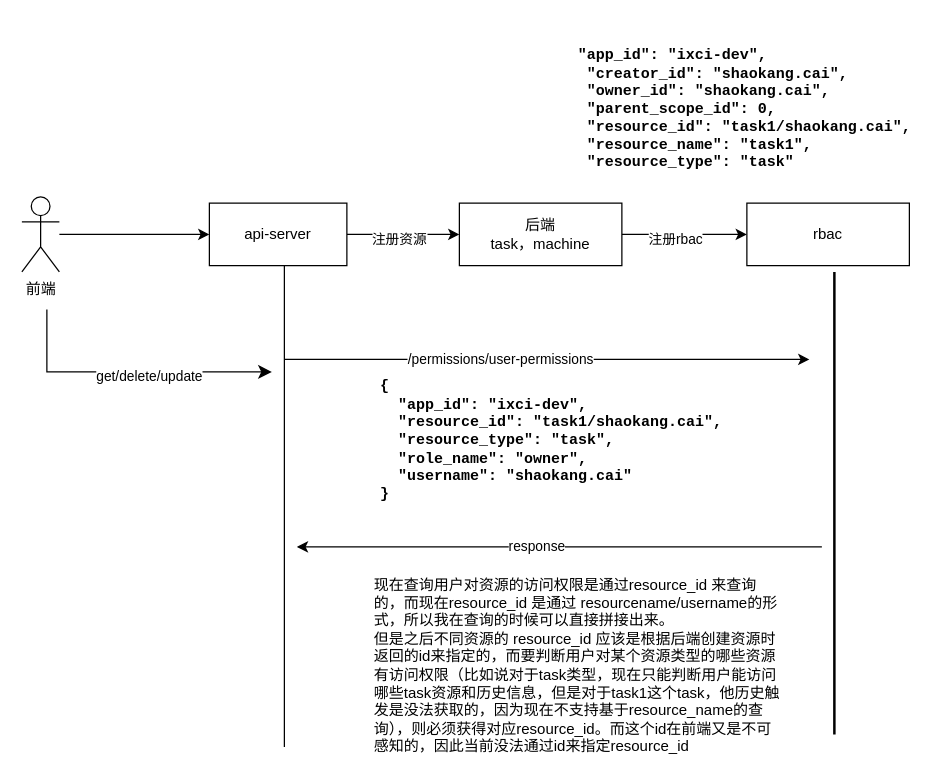
Above: 未命名绘图.drawio in AltarIbnL/AltarIbnL (draw.io), before the change. Source tidied: cells renumbered, new cells numbered last; positions are measured from the earlier drawing's top-left corner, leaving out a move shared by most shapes. Both pictures are drawn from the tidied source at 125%, with x=0, y=0 at pixel (21, 21).
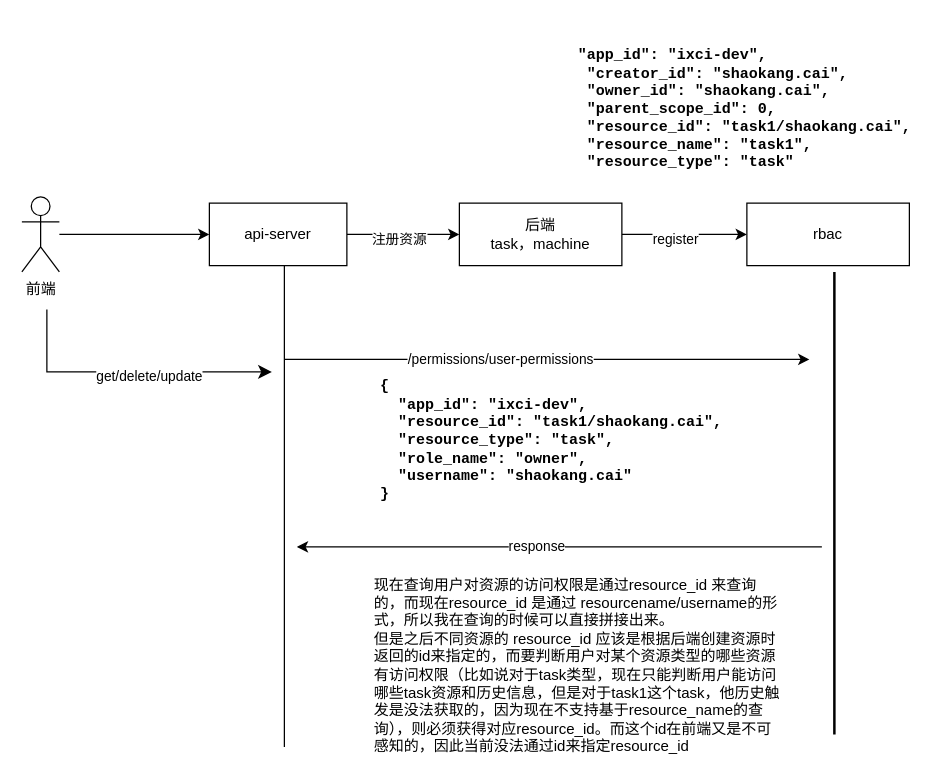
The same diagram, later.

Commit message:
更新未命名绘图.drawio

Unchanged cells that the change refers to:
```xml
<mxCell id="7" style="edgeStyle=orthogonalEdgeStyle;rounded=0;jettySize=auto;html=1;entryX=0;entryY=0.5;entryDx=0;entryDy=0;" parent="1" edge="1" source="9" target="10">
  <mxGeometry relative="1" as="geometry" />
</mxCell>
```

Diff of the diagram source:
```diff
@@
-    <mxCell id="8" value="注册rbac" style="edgeLabel;html=1;align=center;verticalAlign=middle;" parent="7" vertex="1">
+    <mxCell id="8" value="register" style="edgeLabel;html=1;align=center;verticalAlign=middle;" parent="7" vertex="1">
       <mxGeometry x="-0.16" y="-3" relative="1" as="geometry" />
     </mxCell>
```
